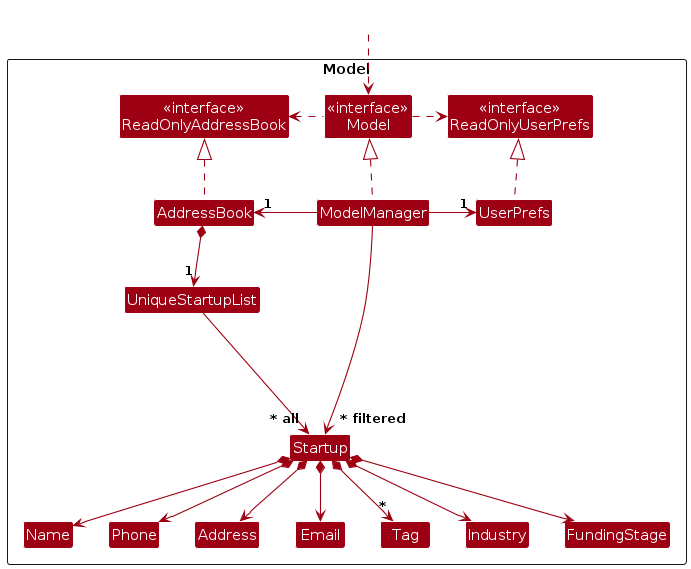
yespiggy/tp keeps this PlantUML diagram as diagrams/ModelClassDiagram.png. Above is the earlier version. Its source is kept beside it as diagrams/ModelClassDiagram.puml. The source it was exported from:
```plantuml
@startuml
!include style.puml
skinparam arrowThickness 1.1
skinparam arrowColor MODEL_COLOR
skinparam classBackgroundColor MODEL_COLOR

Package Model as ModelPackage <<Rectangle>>{
Class "<<interface>>\nReadOnlyAddressBook" as ReadOnlyAddressBook
Class "<<interface>>\nReadOnlyUserPrefs" as ReadOnlyUserPrefs
Class "<<interface>>\nModel" as Model
Class AddressBook
Class ModelManager
Class UserPrefs

Class UniqueStartupList
Class Startup
Class Address
Class Email
Class Name
Class Phone
Class Tag
Class Industry
Class FundingStage

Class I #FFFFFF
}

Class HiddenOutside #FFFFFF
HiddenOutside ..> Model

AddressBook .up.|> ReadOnlyAddressBook

ModelManager .up.|> Model
Model .right.> ReadOnlyUserPrefs
Model .left.> ReadOnlyAddressBook
ModelManager -left-> "1" AddressBook
ModelManager -right-> "1" UserPrefs
UserPrefs .up.|> ReadOnlyUserPrefs

AddressBook *--> "1" UniqueStartupList
UniqueStartupList --> "~* all" Startup
Startup *--> Name
Startup *--> Phone
Startup *--> Email
Startup *--> Address
Startup *--> Industry
Startup *--> FundingStage
Startup *--> "*" Tag

Startup -[hidden]up--> I
UniqueStartupList -[hidden]right-> I

Name -[hidden]right-> Phone
Phone -[hidden]right-> Address
Address -[hidden]right-> Email

ModelManager --> "~* filtered" Startup
@enduml
```
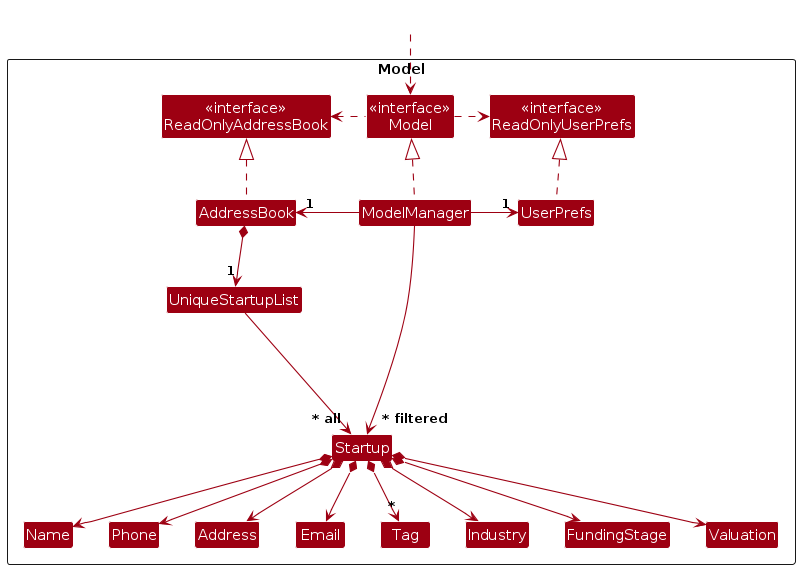
The same file after the commit.

The edit, as a diff of the source:
```diff
@@ -21,6 +21,7 @@
 Class Tag
 Class Industry
 Class FundingStage
+Class Valuation
 
 Class I #FFFFFF
 }
@@ -46,6 +47,7 @@
 Startup *--> Industry
 Startup *--> FundingStage
 Startup *--> "*" Tag
+Startup *--> Valuation
 
 Startup -[hidden]up--> I
 UniqueStartupList -[hidden]right-> I
```
